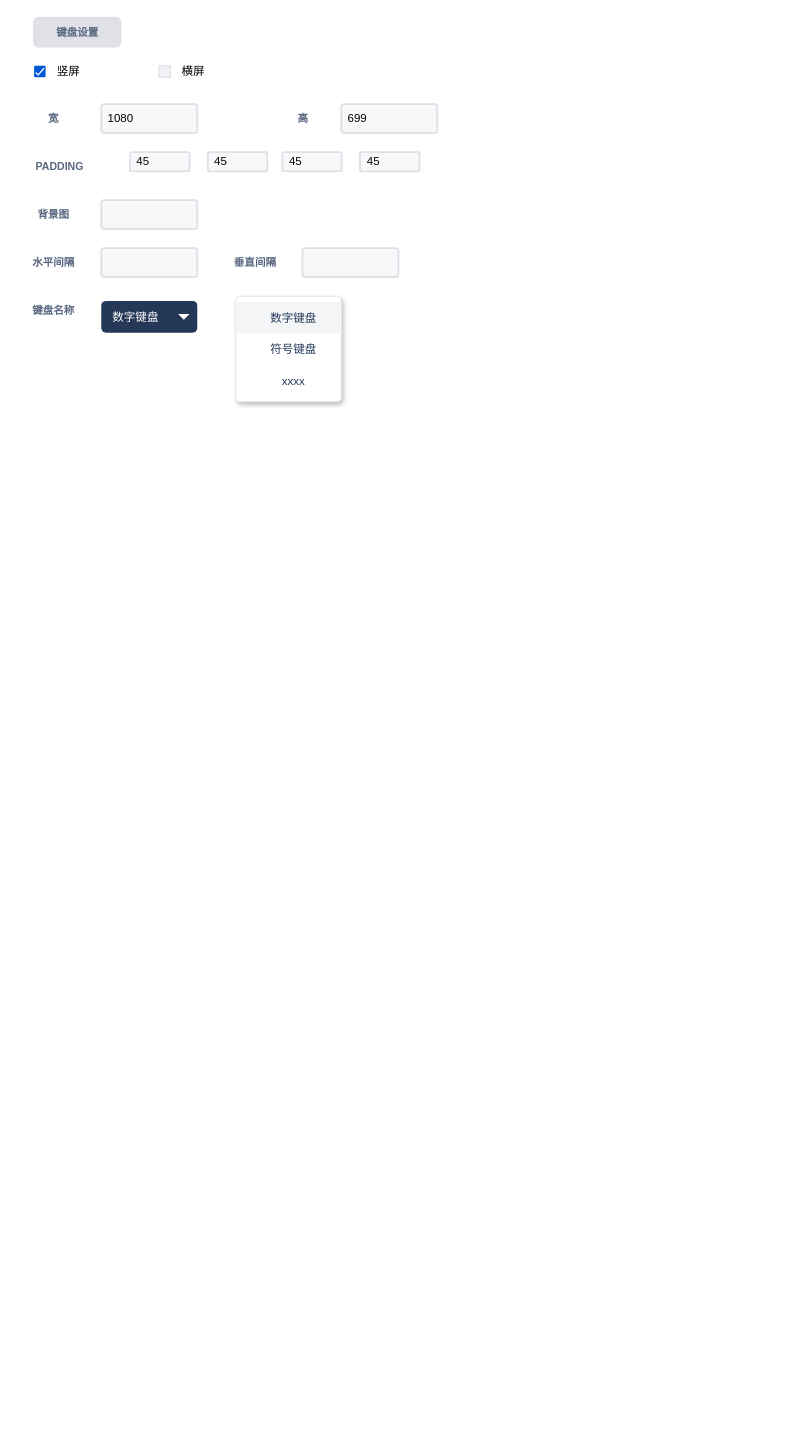
Before: drawio/键盘设置.drawio in chonglv/charts, a draw.io diagram. Source tidied: cells renumbered, new cells numbered last; positions are measured from the earlier drawing's top-left corner, leaving out a move shared by most shapes. Both pictures are drawn from the tidied source at 96%, with x=0, y=0 at pixel (24, 17).
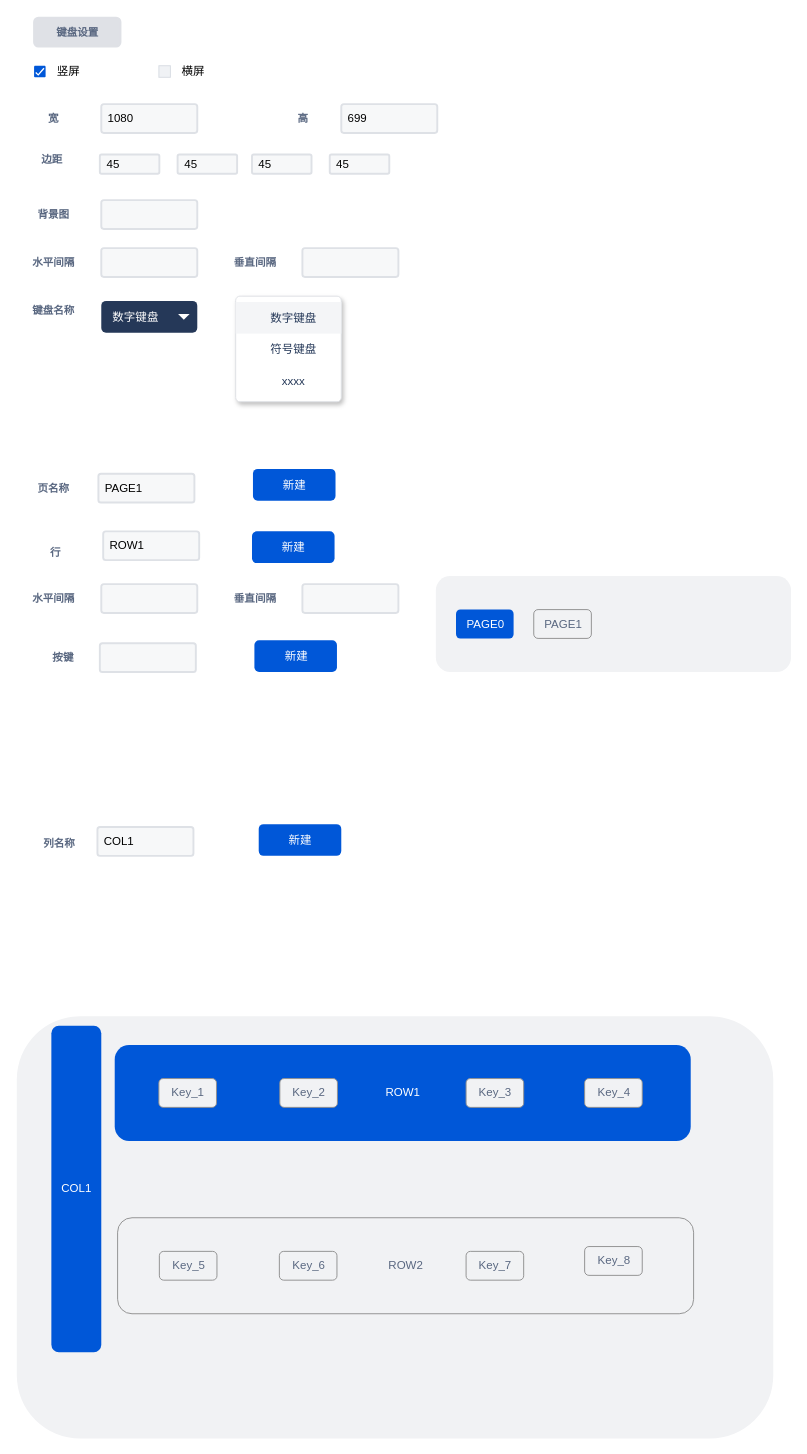
The same diagram, later.

Commit message:
更新键盘设置.drawio

What changed in the source:
```diff
@@
-    <mxCell id="9" value="PADDING" style="fillColor=none;strokeColor=none;html=1;fontSize=11;fontStyle=0;align=left;fontColor=#596780;fontStyle=1;fontSize=11;" parent="1" vertex="1">
-      <mxGeometry x="10" y="145" width="60" height="20" as="geometry" />
+    <mxCell id="9" value="边距" style="fillColor=none;strokeColor=none;html=1;fontSize=11;fontStyle=0;align=left;fontColor=#596780;fontStyle=1;fontSize=11;" parent="1" vertex="1">
+      <mxGeometry x="16" y="140" width="50" height="15" as="geometry" />
     </mxCell>
     <mxCell id="10" value="45" style="rounded=1;arcSize=9;fillColor=#F7F8F9;align=left;spacingLeft=5;strokeColor=#DEE1E6;html=1;strokeWidth=2;fontSize=12;" parent="1" vertex="1">
-      <mxGeometry x="110" y="140" width="62" height="20" as="geometry" />
+      <mxGeometry x="78.5" y="142.5" width="62" height="20" as="geometry" />
     </mxCell>
     <mxCell id="11" value="45" style="rounded=1;arcSize=9;fillColor=#F7F8F9;align=left;spacingLeft=5;strokeColor=#DEE1E6;html=1;strokeWidth=2;fontSize=12;" parent="1" vertex="1">
-      <mxGeometry x="191" y="140" width="62" height="20" as="geometry" />
+      <mxGeometry x="159.5" y="142.5" width="62" height="20" as="geometry" />
     </mxCell>
     <mxCell id="12" value="45" style="rounded=1;arcSize=9;fillColor=#F7F8F9;align=left;spacingLeft=5;strokeColor=#DEE1E6;html=1;strokeWidth=2;fontSize=12;" parent="1" vertex="1">
-      <mxGeometry x="268.5" y="140" width="62" height="20" as="geometry" />
+      <mxGeometry x="237" y="142.5" width="62" height="20" as="geometry" />
     </mxCell>
     <mxCell id="13" value="45" style="rounded=1;arcSize=9;fillColor=#F7F8F9;align=left;spacingLeft=5;strokeColor=#DEE1E6;html=1;strokeWidth=2;fontSize=12;" parent="1" vertex="1">
-      <mxGeometry x="349.5" y="140" width="62" height="20" as="geometry" />
+      <mxGeometry x="318" y="142.5" width="62" height="20" as="geometry" />
     </mxCell>
@@
+    <mxCell id="27" style="rounded=1;align=center;fillColor=#F1F2F4;strokeColor=none;html=1;fontColor=#596780;fontSize=12;" parent="1" vertex="1">
+      <mxGeometry x="428.5" y="581.5" width="370" height="100" as="geometry" />
+    </mxCell>
+    <mxCell id="28" value="新建" style="rounded=1;fillColor=#0057D8;align=center;strokeColor=none;html=1;fontColor=#ffffff;fontSize=12;" parent="1" vertex="1">
+      <mxGeometry x="238" y="470" width="86" height="33" as="geometry" />
+    </mxCell>
+    <mxCell id="29" value="页名称" style="fillColor=none;strokeColor=none;html=1;fontSize=11;fontStyle=0;align=center;fontColor=#596780;fontStyle=1;fontSize=11;" parent="1" vertex="1">
+      <mxGeometry y="480" width="60" height="20" as="geometry" />
+    </mxCell>
+    <mxCell id="30" value="PAGE1" style="rounded=1;arcSize=9;fillColor=#F7F8F9;align=left;spacingLeft=5;strokeColor=#DEE1E6;html=1;strokeWidth=2;fontSize=12;" parent="1" vertex="1">
+      <mxGeometry x="77" y="475" width="100" height="30" as="geometry" />
+    </mxCell>
+    <mxCell id="31" value="行" style="fillColor=none;strokeColor=none;html=1;fontSize=11;fontStyle=0;align=center;fontColor=#596780;fontStyle=1;fontSize=11;" parent="1" vertex="1">
+      <mxGeometry x="2" y="546.5" width="60" height="20" as="geometry" />
+    </mxCell>
+    <mxCell id="32" value="新建" style="rounded=1;fillColor=#0057D8;align=center;strokeColor=none;html=1;fontColor=#ffffff;fontSize=12;" parent="1" vertex="1">
+      <mxGeometry x="237" y="535" width="86" height="33" as="geometry" />
+    </mxCell>
+    <mxCell id="33" value="PAGE0" style="rounded=1;fillColor=#0057D8;strokeColor=none;html=1;fontColor=#ffffff;align=center;verticalAlign=middle;fontStyle=0;fontSize=12;" parent="1" vertex="1">
+      <mxGeometry x="449.5" y="616.5" width="60" height="30" as="geometry" />
+    </mxCell>
+    <mxCell id="34" value="PAGE1" style="rounded=1;align=center;fillColor=#F1F2F4;strokeColor=#919191;html=1;fontColor=#596780;fontSize=12;" parent="1" vertex="1">
+      <mxGeometry x="530.5" y="616.5" width="60" height="30" as="geometry" />
+    </mxCell>
+    <mxCell id="35" style="rounded=1;align=center;fillColor=#F1F2F4;strokeColor=none;html=1;fontColor=#596780;fontSize=12;" parent="1" vertex="1">
+      <mxGeometry x="-8" y="1040" width="788" height="440" as="geometry" />
+    </mxCell>
+    <mxCell id="36" value="ROW1" style="rounded=1;fillColor=#0057D8;strokeColor=none;html=1;fontColor=#ffffff;align=center;verticalAlign=middle;fontStyle=0;fontSize=12;" parent="1" vertex="1">
+      <mxGeometry x="94" y="1070" width="600" height="100" as="geometry" />
+    </mxCell>
+    <mxCell id="37" value="ROW2" style="rounded=1;align=center;fillColor=#F1F2F4;strokeColor=#919191;html=1;fontColor=#596780;fontSize=12;" parent="1" vertex="1">
+      <mxGeometry x="97" y="1250" width="600" height="100" as="geometry" />
+    </mxCell>
+    <mxCell id="38" value="COL1" style="rounded=1;fillColor=#0057D8;strokeColor=none;html=1;fontColor=#ffffff;align=center;verticalAlign=middle;fontStyle=0;fontSize=12;" parent="1" vertex="1">
+      <mxGeometry x="28" y="1050" width="52" height="340" as="geometry" />
+    </mxCell>
+    <mxCell id="39" value="ROW1" style="rounded=1;arcSize=9;fillColor=#F7F8F9;align=left;spacingLeft=5;strokeColor=#DEE1E6;html=1;strokeWidth=2;fontSize=12;" parent="1" vertex="1">
+      <mxGeometry x="82" y="535" width="100" height="30" as="geometry" />
+    </mxCell>
+    <mxCell id="40" value="水平间隔" style="fillColor=none;strokeColor=none;html=1;fontSize=11;fontStyle=0;align=center;fontColor=#596780;fontStyle=1;fontSize=11;" parent="1" vertex="1">
+      <mxGeometry y="595" width="60" height="20" as="geometry" />
+    </mxCell>
+    <mxCell id="41" style="rounded=1;arcSize=9;fillColor=#F7F8F9;align=left;spacingLeft=5;strokeColor=#DEE1E6;html=1;strokeWidth=2;fontSize=12;" parent="1" vertex="1">
+      <mxGeometry x="80" y="590" width="100" height="30" as="geometry" />
+    </mxCell>
+    <mxCell id="42" value="垂直间隔" style="fillColor=none;strokeColor=none;html=1;fontSize=11;fontStyle=0;align=center;fontColor=#596780;fontStyle=1;fontSize=11;" parent="1" vertex="1">
+      <mxGeometry x="209.5" y="595" width="60" height="20" as="geometry" />
+    </mxCell>
+    <mxCell id="43" style="rounded=1;arcSize=9;fillColor=#F7F8F9;align=left;spacingLeft=5;strokeColor=#DEE1E6;html=1;strokeWidth=2;fontSize=12;" parent="1" vertex="1">
+      <mxGeometry x="289.5" y="590" width="100" height="30" as="geometry" />
+    </mxCell>
+    <mxCell id="44" value="按键" style="fillColor=none;strokeColor=none;html=1;fontSize=11;fontStyle=0;align=center;fontColor=#596780;fontStyle=1;fontSize=11;" parent="1" vertex="1">
+      <mxGeometry x="10" y="656.5" width="60" height="20" as="geometry" />
+    </mxCell>
+    <mxCell id="45" value="新建" style="rounded=1;fillColor=#0057D8;align=center;strokeColor=none;html=1;fontColor=#ffffff;fontSize=12;" parent="1" vertex="1">
+      <mxGeometry x="239.5" y="648.5" width="86" height="33" as="geometry" />
+    </mxCell>
+    <mxCell id="46" style="rounded=1;arcSize=9;fillColor=#F7F8F9;align=left;spacingLeft=5;strokeColor=#DEE1E6;html=1;strokeWidth=2;fontSize=12;" parent="1" vertex="1">
+      <mxGeometry x="78.5" y="651.5" width="100" height="30" as="geometry" />
+    </mxCell>
+    <mxCell id="47" value="新建" style="rounded=1;fillColor=#0057D8;align=center;strokeColor=none;html=1;fontColor=#ffffff;fontSize=12;" parent="1" vertex="1">
+      <mxGeometry x="244" y="840" width="86" height="33" as="geometry" />
+    </mxCell>
+    <mxCell id="48" value="列名称" style="fillColor=none;strokeColor=none;html=1;fontSize=11;fontStyle=0;align=center;fontColor=#596780;fontStyle=1;fontSize=11;" parent="1" vertex="1">
+      <mxGeometry x="6" y="850" width="60" height="20" as="geometry" />
+    </mxCell>
+    <mxCell id="49" value="COL1" style="rounded=1;arcSize=9;fillColor=#F7F8F9;align=left;spacingLeft=5;strokeColor=#DEE1E6;html=1;strokeWidth=2;fontSize=12;" parent="1" vertex="1">
+      <mxGeometry x="76" y="843" width="100" height="30" as="geometry" />
+    </mxCell>
+    <mxCell id="50" value="Key_5" style="rounded=1;align=center;fillColor=#F1F2F4;strokeColor=#919191;html=1;fontColor=#596780;fontSize=12;" parent="1" vertex="1">
+      <mxGeometry x="140.5" y="1285" width="60" height="30" as="geometry" />
+    </mxCell>
+    <mxCell id="51" value="Key_6" style="rounded=1;align=center;fillColor=#F1F2F4;strokeColor=#919191;html=1;fontColor=#596780;fontSize=12;" parent="1" vertex="1">
+      <mxGeometry x="265.5" y="1285" width="60" height="30" as="geometry" />
+    </mxCell>
+    <mxCell id="52" value="Key_7" style="rounded=1;align=center;fillColor=#F1F2F4;strokeColor=#919191;html=1;fontColor=#596780;fontSize=12;" parent="1" vertex="1">
+      <mxGeometry x="460" y="1285" width="60" height="30" as="geometry" />
+    </mxCell>
+    <mxCell id="53" value="Key_8" style="rounded=1;align=center;fillColor=#F1F2F4;strokeColor=#919191;html=1;fontColor=#596780;fontSize=12;" parent="1" vertex="1">
+      <mxGeometry x="583.5" y="1280" width="60" height="30" as="geometry" />
+    </mxCell>
+    <mxCell id="54" value="Key_1" style="rounded=1;align=center;fillColor=#F1F2F4;strokeColor=#919191;html=1;fontColor=#596780;fontSize=12;" parent="1" vertex="1">
+      <mxGeometry x="140" y="1105" width="60" height="30" as="geometry" />
+    </mxCell>
+    <mxCell id="55" value="Key_2" style="rounded=1;align=center;fillColor=#F1F2F4;strokeColor=#919191;html=1;fontColor=#596780;fontSize=12;" parent="1" vertex="1">
+      <mxGeometry x="266" y="1105" width="60" height="30" as="geometry" />
+    </mxCell>
+    <mxCell id="56" value="Key_3" style="rounded=1;align=center;fillColor=#F1F2F4;strokeColor=#919191;html=1;fontColor=#596780;fontSize=12;" parent="1" vertex="1">
+      <mxGeometry x="460" y="1105" width="60" height="30" as="geometry" />
+    </mxCell>
+    <mxCell id="57" value="Key_4" style="rounded=1;align=center;fillColor=#F1F2F4;strokeColor=#919191;html=1;fontColor=#596780;fontSize=12;" parent="1" vertex="1">
+      <mxGeometry x="583.5" y="1105" width="60" height="30" as="geometry" />
+    </mxCell>
```
